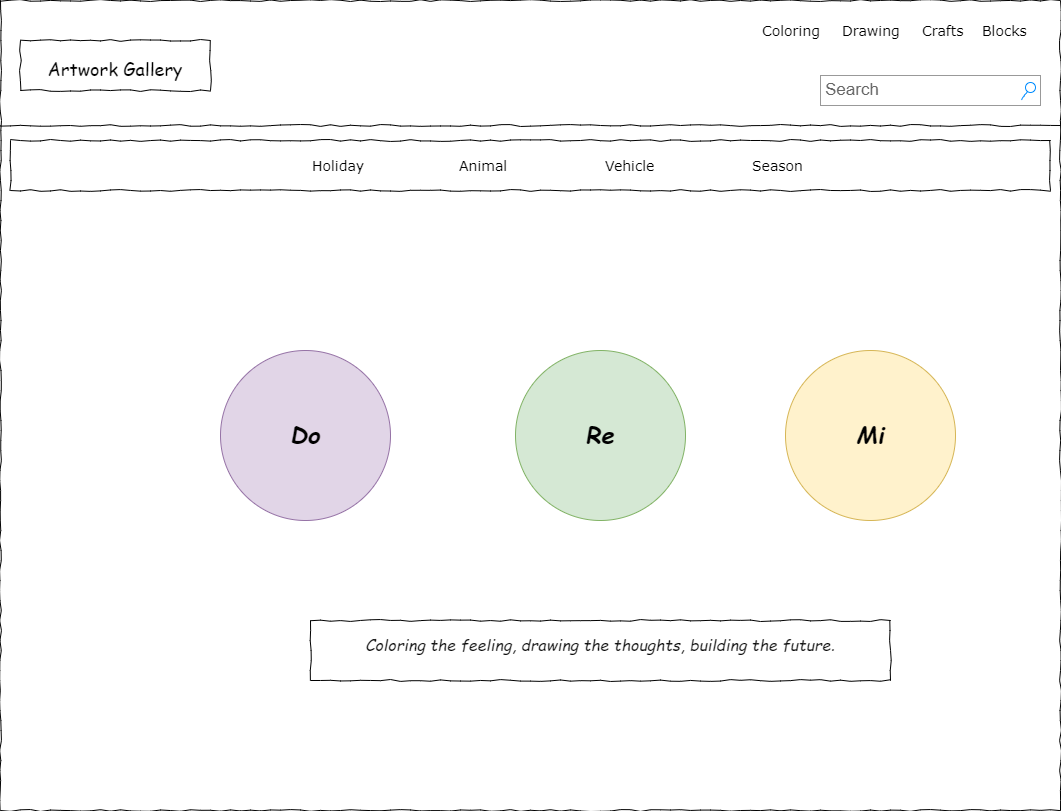
This is index.drawio.png from richending/DoReMi_ArtworkGallery, a draw.io export, as it was before one commit. Source tidied: cells renumbered, new cells last; positions are measured from the earlier drawing's top-left corner, leaving out a move shared by most shapes. Its diagram source:
```xml
<mxGraphModel>
  <root>
    <mxCell id="0" />
    <mxCell id="1" parent="0" />
    <mxCell id="2" style="whiteSpace=wrap;html=1;rounded=0;shadow=0;labelBackgroundColor=none;strokeWidth=1;fontFamily=Verdana;fontSize=12;align=center;comic=1;" parent="1" vertex="1">
      <mxGeometry width="1060" height="810" as="geometry" />
    </mxCell>
    <mxCell id="3" value="&lt;font face=&quot;Comic Sans MS&quot; style=&quot;font-size: 18px;&quot;&gt;Artwork Gallery&lt;/font&gt;" style="whiteSpace=wrap;html=1;rounded=0;shadow=0;labelBackgroundColor=none;strokeWidth=1;fontFamily=Verdana;fontSize=28;align=center;comic=1;" parent="1" vertex="1">
      <mxGeometry x="20" y="40" width="190" height="50" as="geometry" />
    </mxCell>
    <mxCell id="4" value="Search" style="strokeWidth=1;shadow=0;dashed=0;align=center;html=1;shape=mxgraph.mockup.forms.searchBox;strokeColor=#999999;mainText=;strokeColor2=#008cff;fontColor=#666666;fontSize=17;align=left;spacingLeft=3;rounded=0;labelBackgroundColor=none;comic=1;" parent="1" vertex="1">
      <mxGeometry x="820" y="75" width="220" height="30" as="geometry" />
    </mxCell>
    <mxCell id="5" value="Coloring" style="text;html=1;align=left;verticalAlign=top;spacingTop=-4;fontSize=14;fontFamily=Verdana;" parent="1" vertex="1">
      <mxGeometry x="760" y="20" width="60" height="20" as="geometry" />
    </mxCell>
    <mxCell id="6" value="Drawing" style="text;html=1;align=left;verticalAlign=top;spacingTop=-4;fontSize=14;fontFamily=Verdana;" parent="1" vertex="1">
      <mxGeometry x="840" y="20" width="60" height="20" as="geometry" />
    </mxCell>
    <mxCell id="7" value="Crafts" style="text;html=1;align=left;verticalAlign=top;spacingTop=-4;fontSize=14;fontFamily=Verdana;" parent="1" vertex="1">
      <mxGeometry x="920" y="20" width="60" height="20" as="geometry" />
    </mxCell>
    <mxCell id="8" value="Blocks" style="text;html=1;align=left;verticalAlign=top;spacingTop=-4;fontSize=14;fontFamily=Verdana;" parent="1" vertex="1">
      <mxGeometry x="980" y="20" width="60" height="20" as="geometry" />
    </mxCell>
    <mxCell id="9" style="line;strokeWidth=1;html=1;rounded=0;shadow=0;labelBackgroundColor=none;fillColor=none;fontFamily=Verdana;fontSize=14;fontColor=#000000;align=center;comic=1;" parent="1" vertex="1">
      <mxGeometry y="120" width="1060" height="10" as="geometry" />
    </mxCell>
    <mxCell id="10" style="whiteSpace=wrap;html=1;rounded=0;shadow=0;labelBackgroundColor=none;strokeWidth=1;fillColor=none;fontFamily=Verdana;fontSize=12;align=center;comic=1;" parent="1" vertex="1">
      <mxGeometry x="10" y="140" width="1040" height="50" as="geometry" />
    </mxCell>
    <mxCell id="11" value="Holiday" style="text;html=1;align=left;verticalAlign=top;spacingTop=-4;fontSize=14;fontFamily=Verdana;" parent="1" vertex="1">
      <mxGeometry x="310" y="155" width="60" height="20" as="geometry" />
    </mxCell>
    <mxCell id="12" value="Animal" style="text;html=1;align=left;verticalAlign=top;spacingTop=-4;fontSize=14;fontFamily=Verdana;" parent="1" vertex="1">
      <mxGeometry x="457" y="155" width="60" height="20" as="geometry" />
    </mxCell>
    <mxCell id="13" value="Vehicle" style="text;html=1;align=left;verticalAlign=top;spacingTop=-4;fontSize=14;fontFamily=Verdana;" parent="1" vertex="1">
      <mxGeometry x="603" y="155" width="60" height="20" as="geometry" />
    </mxCell>
    <mxCell id="14" value="Season" style="text;html=1;align=left;verticalAlign=top;spacingTop=-4;fontSize=14;fontFamily=Verdana;" parent="1" vertex="1">
      <mxGeometry x="750" y="155" width="60" height="20" as="geometry" />
    </mxCell>
    <mxCell id="15" value="&lt;div style=&quot;text-align: justify&quot;&gt;&lt;span style=&quot;color: rgb(13, 13, 13); font-size: 16px; text-align: start; white-space-collapse: preserve; background-color: rgb(255, 255, 255);&quot;&gt;&lt;font face=&quot;Comic Sans MS&quot;&gt;&lt;i&gt;Coloring the feeling, drawing the thoughts, building the future.&lt;/i&gt;&lt;/font&gt;&lt;/span&gt;&lt;br&gt;&lt;/div&gt;" style="whiteSpace=wrap;html=1;rounded=0;shadow=0;labelBackgroundColor=none;strokeWidth=1;fillColor=none;fontFamily=Verdana;fontSize=12;align=center;verticalAlign=top;spacing=10;comic=1;" parent="1" vertex="1">
      <mxGeometry x="310" y="620" width="580" height="60" as="geometry" />
    </mxCell>
    <mxCell id="16" value="&lt;font style=&quot;font-size: 24px;&quot; face=&quot;Comic Sans MS&quot;&gt;&lt;i&gt;&lt;b&gt;Do&lt;/b&gt;&lt;/i&gt;&lt;/font&gt;" style="ellipse;whiteSpace=wrap;html=1;fillColor=#e1d5e7;strokeColor=#9673a6;" parent="1" vertex="1">
      <mxGeometry x="220" y="350" width="170" height="170" as="geometry" />
    </mxCell>
    <mxCell id="17" value="&lt;font style=&quot;font-size: 24px;&quot; face=&quot;Comic Sans MS&quot;&gt;&lt;i&gt;&lt;b&gt;Mi&lt;/b&gt;&lt;/i&gt;&lt;/font&gt;" style="ellipse;whiteSpace=wrap;html=1;fillColor=#fff2cc;strokeColor=#d6b656;" parent="1" vertex="1">
      <mxGeometry x="785" y="350" width="170" height="170" as="geometry" />
    </mxCell>
    <mxCell id="18" value="&lt;font style=&quot;font-size: 24px;&quot; face=&quot;Comic Sans MS&quot;&gt;&lt;i&gt;&lt;b&gt;Re&lt;/b&gt;&lt;/i&gt;&lt;/font&gt;" style="ellipse;whiteSpace=wrap;html=1;fillColor=#d5e8d4;strokeColor=#82b366;" parent="1" vertex="1">
      <mxGeometry x="515" y="350" width="170" height="170" as="geometry" />
    </mxCell>
  </root>
</mxGraphModel>
```
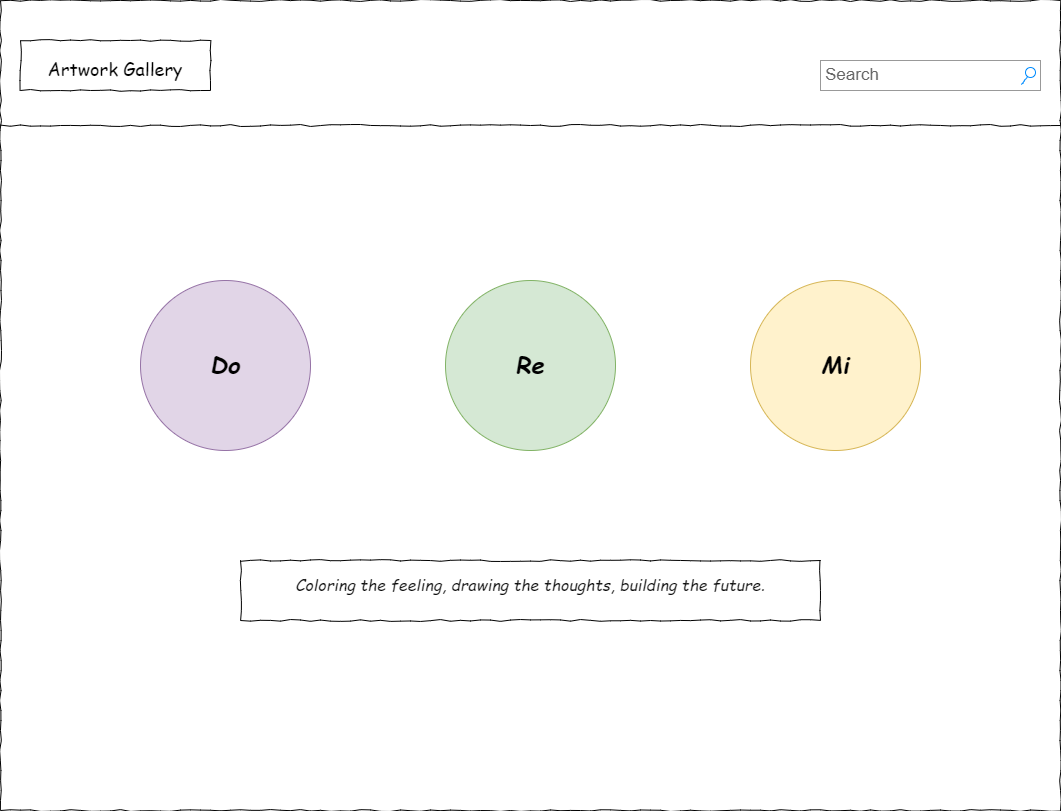
Above is the later version.

Diff of the diagram source:
```diff
@@ -9,49 +9,22 @@
       <mxGeometry x="20" y="40" width="190" height="50" as="geometry" />
     </mxCell>
     <mxCell id="4" value="Search" style="strokeWidth=1;shadow=0;dashed=0;align=center;html=1;shape=mxgraph.mockup.forms.searchBox;strokeColor=#999999;mainText=;strokeColor2=#008cff;fontColor=#666666;fontSize=17;align=left;spacingLeft=3;rounded=0;labelBackgroundColor=none;comic=1;" parent="1" vertex="1">
-      <mxGeometry x="820" y="75" width="220" height="30" as="geometry" />
+      <mxGeometry x="820" y="60" width="220" height="30" as="geometry" />
     </mxCell>
-    <mxCell id="5" value="Coloring" style="text;html=1;align=left;verticalAlign=top;spacingTop=-4;fontSize=14;fontFamily=Verdana;" parent="1" vertex="1">
-      <mxGeometry x="760" y="20" width="60" height="20" as="geometry" />
-    </mxCell>
-    <mxCell id="6" value="Drawing" style="text;html=1;align=left;verticalAlign=top;spacingTop=-4;fontSize=14;fontFamily=Verdana;" parent="1" vertex="1">
-      <mxGeometry x="840" y="20" width="60" height="20" as="geometry" />
-    </mxCell>
-    <mxCell id="7" value="Crafts" style="text;html=1;align=left;verticalAlign=top;spacingTop=-4;fontSize=14;fontFamily=Verdana;" parent="1" vertex="1">
-      <mxGeometry x="920" y="20" width="60" height="20" as="geometry" />
-    </mxCell>
-    <mxCell id="8" value="Blocks" style="text;html=1;align=left;verticalAlign=top;spacingTop=-4;fontSize=14;fontFamily=Verdana;" parent="1" vertex="1">
-      <mxGeometry x="980" y="20" width="60" height="20" as="geometry" />
-    </mxCell>
     <mxCell id="9" style="line;strokeWidth=1;html=1;rounded=0;shadow=0;labelBackgroundColor=none;fillColor=none;fontFamily=Verdana;fontSize=14;fontColor=#000000;align=center;comic=1;" parent="1" vertex="1">
       <mxGeometry y="120" width="1060" height="10" as="geometry" />
     </mxCell>
-    <mxCell id="10" style="whiteSpace=wrap;html=1;rounded=0;shadow=0;labelBackgroundColor=none;strokeWidth=1;fillColor=none;fontFamily=Verdana;fontSize=12;align=center;comic=1;" parent="1" vertex="1">
-      <mxGeometry x="10" y="140" width="1040" height="50" as="geometry" />
-    </mxCell>
-    <mxCell id="11" value="Holiday" style="text;html=1;align=left;verticalAlign=top;spacingTop=-4;fontSize=14;fontFamily=Verdana;" parent="1" vertex="1">
-      <mxGeometry x="310" y="155" width="60" height="20" as="geometry" />
-    </mxCell>
-    <mxCell id="12" value="Animal" style="text;html=1;align=left;verticalAlign=top;spacingTop=-4;fontSize=14;fontFamily=Verdana;" parent="1" vertex="1">
-      <mxGeometry x="457" y="155" width="60" height="20" as="geometry" />
-    </mxCell>
-    <mxCell id="13" value="Vehicle" style="text;html=1;align=left;verticalAlign=top;spacingTop=-4;fontSize=14;fontFamily=Verdana;" parent="1" vertex="1">
-      <mxGeometry x="603" y="155" width="60" height="20" as="geometry" />
-    </mxCell>
-    <mxCell id="14" value="Season" style="text;html=1;align=left;verticalAlign=top;spacingTop=-4;fontSize=14;fontFamily=Verdana;" parent="1" vertex="1">
-      <mxGeometry x="750" y="155" width="60" height="20" as="geometry" />
-    </mxCell>
     <mxCell id="15" value="&lt;div style=&quot;text-align: justify&quot;&gt;&lt;span style=&quot;color: rgb(13, 13, 13); font-size: 16px; text-align: start; white-space-collapse: preserve; background-color: rgb(255, 255, 255);&quot;&gt;&lt;font face=&quot;Comic Sans MS&quot;&gt;&lt;i&gt;Coloring the feeling, drawing the thoughts, building the future.&lt;/i&gt;&lt;/font&gt;&lt;/span&gt;&lt;br&gt;&lt;/div&gt;" style="whiteSpace=wrap;html=1;rounded=0;shadow=0;labelBackgroundColor=none;strokeWidth=1;fillColor=none;fontFamily=Verdana;fontSize=12;align=center;verticalAlign=top;spacing=10;comic=1;" parent="1" vertex="1">
-      <mxGeometry x="310" y="620" width="580" height="60" as="geometry" />
+      <mxGeometry x="240" y="560" width="580" height="60" as="geometry" />
     </mxCell>
     <mxCell id="16" value="&lt;font style=&quot;font-size: 24px;&quot; face=&quot;Comic Sans MS&quot;&gt;&lt;i&gt;&lt;b&gt;Do&lt;/b&gt;&lt;/i&gt;&lt;/font&gt;" style="ellipse;whiteSpace=wrap;html=1;fillColor=#e1d5e7;strokeColor=#9673a6;" parent="1" vertex="1">
-      <mxGeometry x="220" y="350" width="170" height="170" as="geometry" />
+      <mxGeometry x="140" y="280" width="170" height="170" as="geometry" />
     </mxCell>
     <mxCell id="17" value="&lt;font style=&quot;font-size: 24px;&quot; face=&quot;Comic Sans MS&quot;&gt;&lt;i&gt;&lt;b&gt;Mi&lt;/b&gt;&lt;/i&gt;&lt;/font&gt;" style="ellipse;whiteSpace=wrap;html=1;fillColor=#fff2cc;strokeColor=#d6b656;" parent="1" vertex="1">
-      <mxGeometry x="785" y="350" width="170" height="170" as="geometry" />
+      <mxGeometry x="750" y="280" width="170" height="170" as="geometry" />
     </mxCell>
     <mxCell id="18" value="&lt;font style=&quot;font-size: 24px;&quot; face=&quot;Comic Sans MS&quot;&gt;&lt;i&gt;&lt;b&gt;Re&lt;/b&gt;&lt;/i&gt;&lt;/font&gt;" style="ellipse;whiteSpace=wrap;html=1;fillColor=#d5e8d4;strokeColor=#82b366;" parent="1" vertex="1">
-      <mxGeometry x="515" y="350" width="170" height="170" as="geometry" />
+      <mxGeometry x="445" y="280" width="170" height="170" as="geometry" />
     </mxCell>
   </root>
 </mxGraphModel>
```
